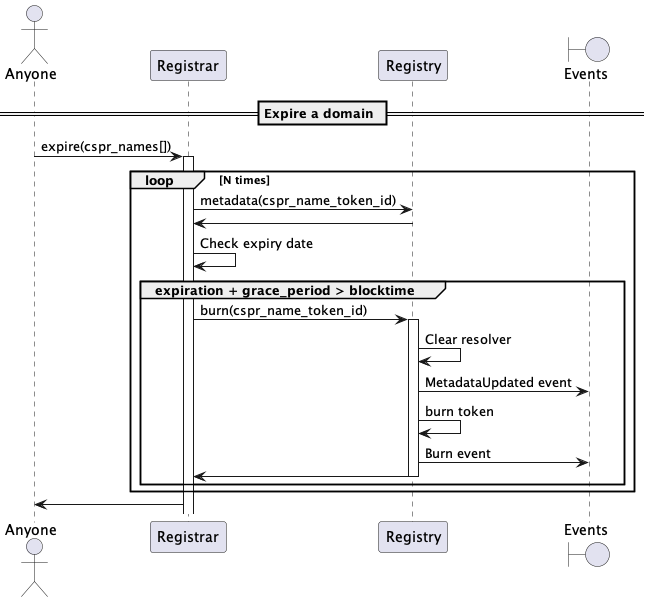
Earlier version of the PlantUML export docs/sequence-diagrams/puml/expire-domain.png (make-software/cspr-name-contracts).
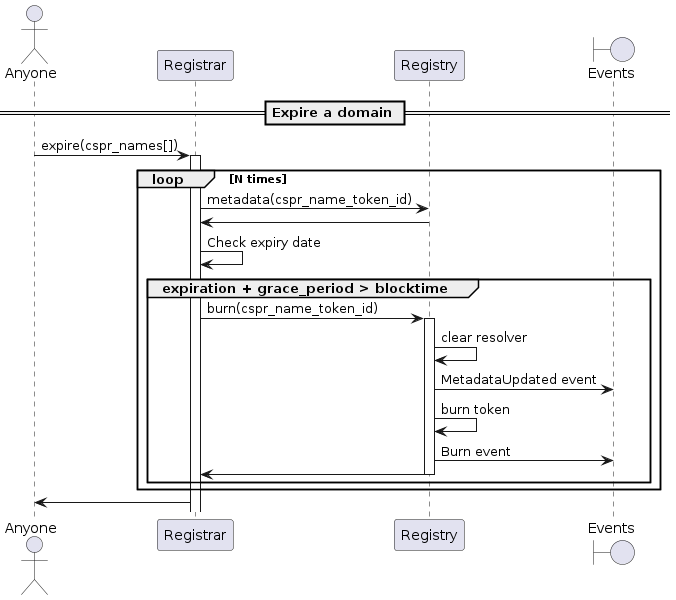
The same file after the commit.

What changed in the source:
```diff
@@ -16,7 +16,7 @@
     group expiration + grace_period > blocktime
         Registrar -> Registry: burn(cspr_name_token_id)
         activate Registry
-        Registry -> Registry: Clear resolver
+        Registry -> Registry: clear resolver
         Registry -> "Events": MetadataUpdated event
         Registry -> Registry: burn token
         Registry -> "Events": Burn event
```
